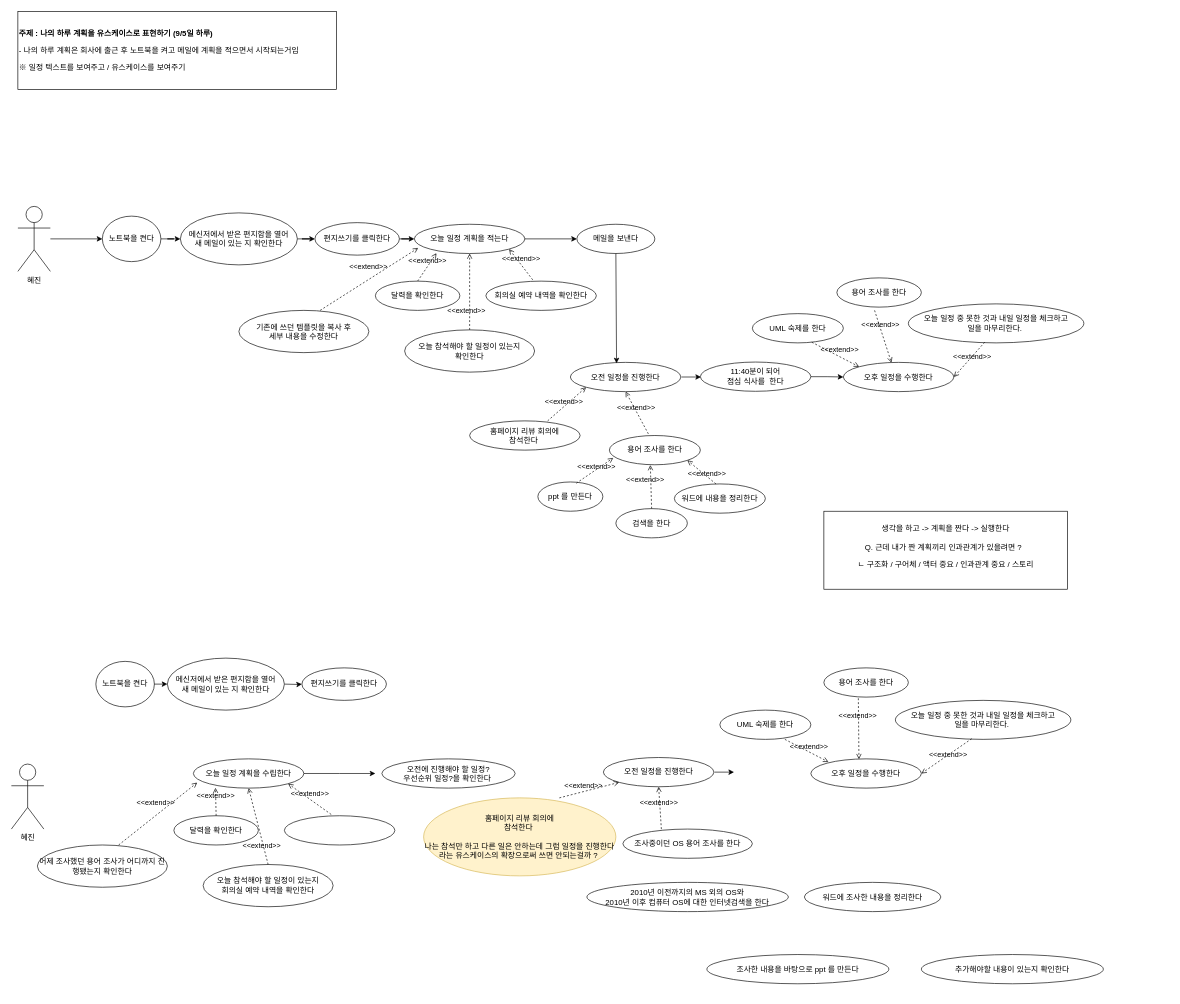
Before: usecase_diagram/dailyPlan(0901).drawio in Jin-bright/diagram_study, a draw.io diagram. Source tidied: cells renumbered, new cells numbered last; positions are measured from the earlier drawing's top-left corner, leaving out a move shared by most shapes. Both pictures are drawn from the tidied source at 65%, with x=0, y=0 at pixel (11, 11).
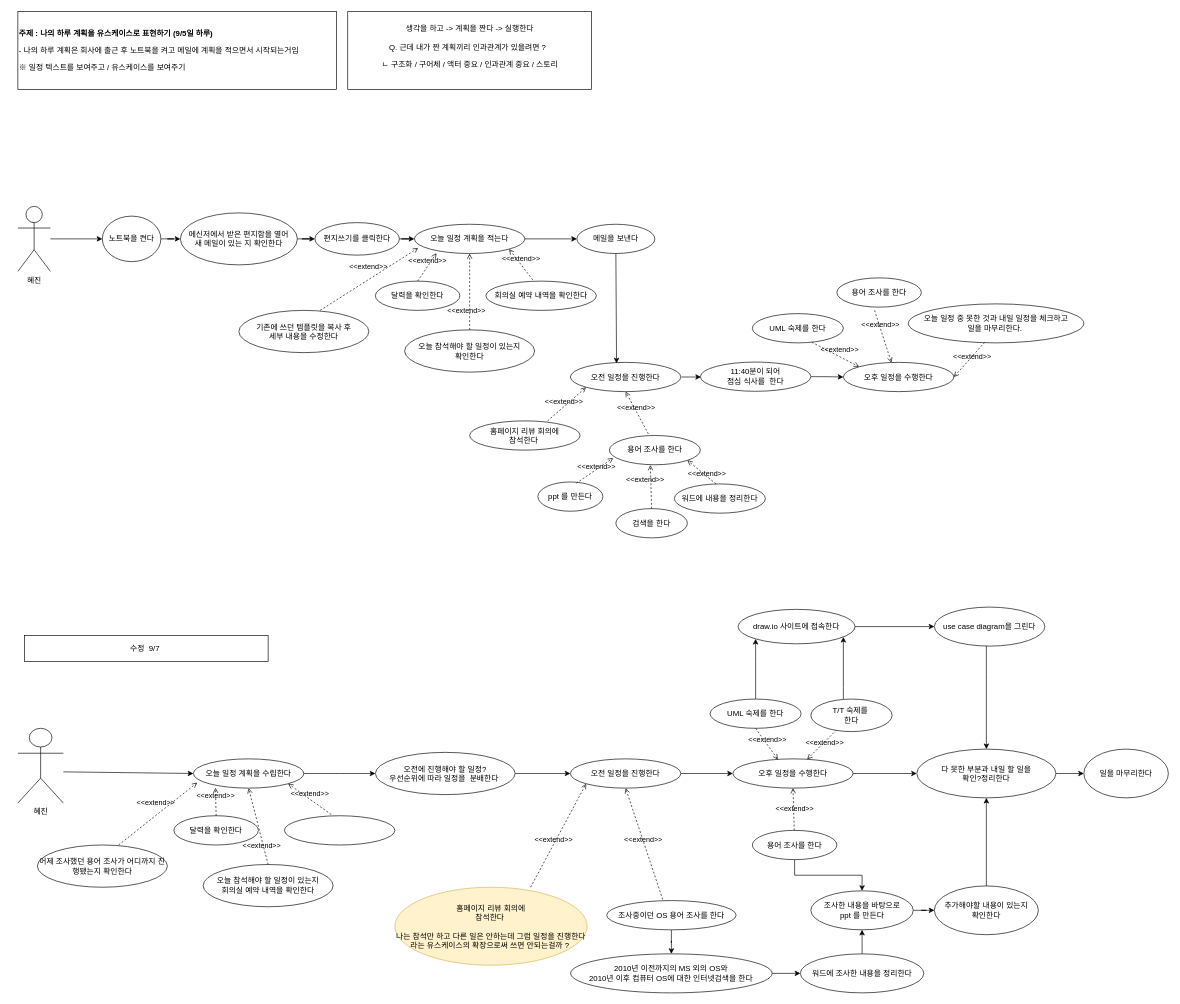
After the change.

Unchanged cells that the change refers to:
```xml
<mxCell id="63" value="오늘 일정 계획을 수립한다" style="ellipse;whiteSpace=wrap;html=1;" parent="1" vertex="1">
  <mxGeometry x="280" y="1150" width="170" height="45" as="geometry" />
</mxCell>
```

Diff of the diagram source:
```diff
@@
     <mxCell id="2" value="생각을 하고 -&amp;gt; 계획을 짠다 -&amp;gt; 실행한다&lt;br&gt;&lt;br&gt;Q. 근데 내가 짠 계획끼리 인과관계가 있을려면 ?&amp;nbsp;&amp;nbsp;&lt;br&gt;&lt;p style=&quot;border-color: var(--border-color); text-align: left;&quot;&gt;ㄴ 구조화 / 구어체 / 액터 중요 / 인과관계 중요 / 스토리&lt;/p&gt;" style="rounded=0;whiteSpace=wrap;html=1;" parent="1" vertex="1">
-      <mxGeometry x="1250" y="769" width="375" height="120" as="geometry" />
+      <mxGeometry x="517.5" width="375" height="120" as="geometry" />
     </mxCell>
@@
-    <mxCell id="45" style="edgeStyle=orthogonalEdgeStyle;rounded=0;orthogonalLoop=1;jettySize=auto;html=1;" parent="1" edge="1">
-      <mxGeometry relative="1" as="geometry">
-        <mxPoint x="1081.8" y="1170.4" as="sourcePoint" />
-        <mxPoint x="1111.8" y="1170.9" as="targetPoint" />
-      </mxGeometry>
-    </mxCell>
+    <mxCell id="79" style="edgeStyle=orthogonalEdgeStyle;rounded=0;jettySize=auto;html=1;" parent="1" edge="1" source="46" target="51">
+      <mxGeometry relative="1" as="geometry" />
+    </mxCell>
     <mxCell id="46" value="오전 일정을 진행한다" style="ellipse;whiteSpace=wrap;html=1;" parent="1" vertex="1">
-      <mxGeometry x="910.8" y="1147.9" width="170" height="45" as="geometry" />
+      <mxGeometry x="860" y="1150" width="170" height="45" as="geometry" />
     </mxCell>
+    <mxCell id="80" style="edgeStyle=orthogonalEdgeStyle;rounded=0;jettySize=auto;html=1;" parent="1" edge="1" source="47" target="55">
+      <mxGeometry relative="1" as="geometry" />
+    </mxCell>
     <mxCell id="47" value="용어 조사를 한다" style="ellipse;whiteSpace=wrap;html=1;" parent="1" vertex="1">
-      <mxGeometry x="1250" y="1010" width="130" height="45" as="geometry" />
+      <mxGeometry x="1140" y="1260" width="130" height="45" as="geometry" />
     </mxCell>
+    <mxCell id="81" style="edgeStyle=orthogonalEdgeStyle;rounded=0;jettySize=auto;html=1;" parent="1" edge="1" source="48" target="93">
+      <mxGeometry relative="1" as="geometry">
+        <Array as="points">
+          <mxPoint x="1145" y="1000" />
+          <mxPoint x="1145" y="1000" />
+        </Array>
+      </mxGeometry>
+    </mxCell>
     <mxCell id="48" value="UML 숙제를 한다" style="ellipse;whiteSpace=wrap;html=1;" parent="1" vertex="1">
-      <mxGeometry x="1090" y="1075" width="140" height="45" as="geometry" />
+      <mxGeometry x="1075" y="1058" width="140" height="45" as="geometry" />
     </mxCell>
     <mxCell id="49" value="홈페이지 리뷰 회의에 &lt;br&gt;참석한다&amp;nbsp;&lt;br&gt;&lt;br&gt;나는 참석만 하고 다른 일은 안하는데 그럼 일정을 진행한다라는 유스케이스의 확장으로써 쓰면 안되는걸까 ?&amp;nbsp;" style="ellipse;whiteSpace=wrap;html=1;fillColor=#fff2cc;strokeColor=#d6b656;" parent="1" vertex="1">
-      <mxGeometry x="634.2" y="1210" width="295.8" height="120" as="geometry" />
+      <mxGeometry x="590" y="1347.5" width="295.8" height="120" as="geometry" />
     </mxCell>
-    <mxCell id="50" value="오늘 일정 중 못한 것과 내일 일정을 체크하고&lt;br&gt;일을 마무리한다.&amp;nbsp;" style="ellipse;whiteSpace=wrap;html=1;" parent="1" vertex="1">
-      <mxGeometry x="1360" y="1060" width="270" height="60" as="geometry" />
-    </mxCell>
+    <mxCell id="82" style="edgeStyle=orthogonalEdgeStyle;rounded=0;jettySize=auto;html=1;" parent="1" edge="1" source="51" target="97">
+      <mxGeometry relative="1" as="geometry" />
+    </mxCell>
     <mxCell id="51" value="오후 일정을 수행한다" style="ellipse;whiteSpace=wrap;html=1;" parent="1" vertex="1">
-      <mxGeometry x="1230" y="1150" width="170" height="45" as="geometry" />
+      <mxGeometry x="1110" y="1150" width="185" height="45" as="geometry" />
     </mxCell>
+    <mxCell id="83" style="edgeStyle=orthogonalEdgeStyle;rounded=0;jettySize=auto;html=1;" parent="1" edge="1" source="52" target="53">
+      <mxGeometry relative="1" as="geometry" />
+    </mxCell>
     <mxCell id="52" value="조사중이던 OS 용어 조사를 한다" style="ellipse;whiteSpace=wrap;html=1;" parent="1" vertex="1">
-      <mxGeometry x="940.8" y="1258" width="199.2" height="45" as="geometry" />
+      <mxGeometry x="915.8" y="1368" width="199.2" height="45" as="geometry" />
     </mxCell>
+    <mxCell id="84" style="edgeStyle=orthogonalEdgeStyle;rounded=0;jettySize=auto;html=1;" parent="1" edge="1" source="53" target="54">
+      <mxGeometry relative="1" as="geometry" />
+    </mxCell>
     <mxCell id="53" value="2010년 이전까지의 MS 외의 OS와 &lt;br&gt;2010년 이후 컴퓨터 OS에 대한 인터넷검색을 한다" style="ellipse;whiteSpace=wrap;html=1;" parent="1" vertex="1">
-      <mxGeometry x="885.4" y="1340" width="310" height="45" as="geometry" />
+      <mxGeometry x="860.4" y="1450" width="310" height="60" as="geometry" />
     </mxCell>
+    <mxCell id="85" style="edgeStyle=orthogonalEdgeStyle;rounded=0;jettySize=auto;html=1;" parent="1" edge="1" source="54" target="55">
+      <mxGeometry relative="1" as="geometry" />
+    </mxCell>
     <mxCell id="54" value="워드에 조사한 내용을 정리한다" style="ellipse;whiteSpace=wrap;html=1;" parent="1" vertex="1">
-      <mxGeometry x="1220" y="1340" width="210" height="45" as="geometry" />
+      <mxGeometry x="1213.8" y="1450" width="190" height="60" as="geometry" />
     </mxCell>
+    <mxCell id="86" style="edgeStyle=orthogonalEdgeStyle;rounded=0;jettySize=auto;html=1;" parent="1" edge="1" source="55" target="78">
+      <mxGeometry relative="1" as="geometry" />
+    </mxCell>
-    <mxCell id="55" value="조사한 내용을 바탕으로 ppt 를 만든다" style="ellipse;whiteSpace=wrap;html=1;" parent="1" vertex="1">
-      <mxGeometry x="1070" y="1451" width="280" height="45" as="geometry" />
+    <mxCell id="55" value="조사한 내용을 바탕으로 &lt;br&gt;ppt 를 만든다" style="ellipse;whiteSpace=wrap;html=1;" parent="1" vertex="1">
+      <mxGeometry x="1230" y="1353" width="157.5" height="60" as="geometry" />
     </mxCell>
@@
-    <mxCell id="57" value="편지쓰기를 클릭한다" style="ellipse;whiteSpace=wrap;html=1;" parent="1" vertex="1">
-      <mxGeometry x="447" y="1010" width="130" height="50" as="geometry" />
-    </mxCell>
@@
-    <mxCell id="59" style="edgeStyle=orthogonalEdgeStyle;rounded=0;orthogonalLoop=1;jettySize=auto;html=1;" parent="1" edge="1">
-      <mxGeometry relative="1" as="geometry">
-        <mxPoint x="210" y="1035" as="sourcePoint" />
-        <mxPoint x="240" y="1035" as="targetPoint" />
-      </mxGeometry>
-    </mxCell>
-    <mxCell id="60" value="노트북을 켠다" style="ellipse;whiteSpace=wrap;html=1;" parent="1" vertex="1">
-      <mxGeometry x="130" y="1000" width="90" height="70" as="geometry" />
-    </mxCell>
-    <mxCell id="61" style="edgeStyle=orthogonalEdgeStyle;rounded=0;jettySize=auto;html=1;" parent="1" edge="1" target="57">
-      <mxGeometry relative="1" as="geometry">
-        <mxPoint x="420" y="1035" as="sourcePoint" />
-      </mxGeometry>
-    </mxCell>
-    <mxCell id="62" value="메신저에서&amp;nbsp;받은 편지함을 열어&lt;br&gt;새 메일이 있는 지 확인한다" style="ellipse;whiteSpace=wrap;html=1;" parent="1" vertex="1">
-      <mxGeometry x="240" y="995" width="180" height="80" as="geometry" />
-    </mxCell>
@@
     <mxCell id="72" value="혜진" style="shape=umlActor;verticalLabelPosition=bottom;verticalAlign=top;html=1;" parent="1" vertex="1">
-      <mxGeometry y="1158" width="50" height="100" as="geometry" />
+      <mxGeometry x="10" y="1103" width="70" height="115" as="geometry" />
     </mxCell>
-    <mxCell id="73" value="&amp;lt;&amp;lt;extend&amp;gt;&amp;gt;" style="html=1;verticalAlign=bottom;labelBackgroundColor=none;endArrow=open;endFill=0;dashed=1;rounded=0;entryX=0.5;entryY=1;entryDx=0;entryDy=0;" parent="1" edge="1" target="46">
-      <mxGeometry x="-0.02" y="2" relative="1" as="geometry">
-        <mxPoint x="1000" y="1258" as="sourcePoint" />
-      </mxGeometry>
+    <mxCell id="73" value="&amp;lt;&amp;lt;extend&amp;gt;&amp;gt;" style="html=1;verticalAlign=bottom;labelBackgroundColor=none;endArrow=open;endFill=0;dashed=1;rounded=0;entryX=0.5;entryY=1;entryDx=0;entryDy=0;exitX=0.433;exitY=-0.038;exitDx=0;exitDy=0;exitPerimeter=0;" parent="1" edge="1" source="52" target="46">
+      <mxGeometry x="-0.02" y="2" relative="1" as="geometry" />
     </mxCell>
-    <mxCell id="74" value="&amp;lt;&amp;lt;extend&amp;gt;&amp;gt;" style="html=1;verticalAlign=bottom;labelBackgroundColor=none;endArrow=open;endFill=0;dashed=1;rounded=0;entryX=0;entryY=0;entryDx=0;entryDy=0;" parent="1" edge="1">
-      <mxGeometry x="0.11" y="-1" relative="1" as="geometry">
-        <mxPoint x="1190" y="1120" as="sourcePoint" />
-        <mxPoint x="1257" y="1154.7" as="targetPoint" />
-      </mxGeometry>
+    <mxCell id="74" value="&amp;lt;&amp;lt;extend&amp;gt;&amp;gt;" style="html=1;verticalAlign=bottom;labelBackgroundColor=none;endArrow=open;endFill=0;dashed=1;rounded=0;entryX=0.375;entryY=0.023;entryDx=0;entryDy=0;exitX=0.5;exitY=1;exitDx=0;exitDy=0;entryPerimeter=0;" parent="1" edge="1" source="48" target="51">
+      <mxGeometry x="0.11" y="-1" relative="1" as="geometry" />
     </mxCell>
-    <mxCell id="75" value="&amp;lt;&amp;lt;extend&amp;gt;&amp;gt;" style="html=1;verticalAlign=bottom;labelBackgroundColor=none;endArrow=open;endFill=0;dashed=1;rounded=0;exitX=0.408;exitY=1.039;exitDx=0;exitDy=0;exitPerimeter=0;entryX=0.435;entryY=0.011;entryDx=0;entryDy=0;entryPerimeter=0;" parent="1" edge="1" source="47" target="51">
+    <mxCell id="75" value="&amp;lt;&amp;lt;extend&amp;gt;&amp;gt;" style="html=1;verticalAlign=bottom;labelBackgroundColor=none;endArrow=open;endFill=0;dashed=1;rounded=0;entryX=0.5;entryY=1;entryDx=0;entryDy=0;" parent="1" edge="1" source="47" target="51">
       <mxGeometry x="-0.25" y="-1" relative="1" as="geometry" />
     </mxCell>
-    <mxCell id="76" value="&amp;lt;&amp;lt;extend&amp;gt;&amp;gt;" style="html=1;verticalAlign=bottom;labelBackgroundColor=none;endArrow=open;endFill=0;dashed=1;rounded=0;exitX=0.435;exitY=0.983;exitDx=0;exitDy=0;exitPerimeter=0;entryX=1;entryY=0.5;entryDx=0;entryDy=0;" parent="1" edge="1" source="50" target="51">
+    <mxCell id="76" value="&amp;lt;&amp;lt;extend&amp;gt;&amp;gt;" style="html=1;verticalAlign=bottom;labelBackgroundColor=none;endArrow=open;endFill=0;dashed=1;rounded=0;exitX=0.317;exitY=0.946;exitDx=0;exitDy=0;exitPerimeter=0;" parent="1" edge="1" source="90" target="51">
       <mxGeometry x="0.04" y="7" relative="1" as="geometry" />
     </mxCell>
+    <mxCell id="87" style="edgeStyle=orthogonalEdgeStyle;rounded=0;jettySize=auto;html=1;" parent="1" edge="1" source="77" target="46">
+      <mxGeometry relative="1" as="geometry" />
+    </mxCell>
-    <mxCell id="77" value="오전에 진행해야 할 일정?&lt;br&gt;우선순위 일정?을 확인한다&amp;nbsp;" style="ellipse;whiteSpace=wrap;html=1;" parent="1" vertex="1">
-      <mxGeometry x="570" y="1150" width="205" height="45" as="geometry" />
+    <mxCell id="77" value="오전에 진행해야 할 일정?&lt;br&gt;우선순위에 따라 일정을&amp;nbsp; 분배한다&amp;nbsp;" style="ellipse;whiteSpace=wrap;html=1;" parent="1" vertex="1">
+      <mxGeometry x="560" y="1140" width="215" height="65" as="geometry" />
     </mxCell>
+    <mxCell id="88" style="edgeStyle=orthogonalEdgeStyle;rounded=0;jettySize=auto;html=1;" parent="1" edge="1" source="78" target="97">
+      <mxGeometry relative="1" as="geometry" />
+    </mxCell>
-    <mxCell id="78" value="추가해야할 내용이 있는지 확인한다" style="ellipse;whiteSpace=wrap;html=1;" parent="1" vertex="1">
-      <mxGeometry x="1400" y="1451" width="280" height="45" as="geometry" />
+    <mxCell id="78" value="추가해야할 내용이 있는지 &lt;br&gt;확인한다" style="ellipse;whiteSpace=wrap;html=1;" parent="1" vertex="1">
+      <mxGeometry x="1420" y="1345.5" width="160" height="75" as="geometry" />
     </mxCell>
+    <mxCell id="89" style="edgeStyle=orthogonalEdgeStyle;rounded=0;jettySize=auto;html=1;" parent="1" edge="1" source="90" target="93">
+      <mxGeometry relative="1" as="geometry">
+        <Array as="points">
+          <mxPoint x="1280" y="1040" />
+          <mxPoint x="1280" y="1040" />
+        </Array>
+      </mxGeometry>
+    </mxCell>
+    <mxCell id="90" value="T/T 숙제를&amp;nbsp;&lt;br&gt;한다" style="ellipse;whiteSpace=wrap;html=1;" parent="1" vertex="1">
+      <mxGeometry x="1230" y="1058" width="125" height="50" as="geometry" />
+    </mxCell>
+    <mxCell id="91" value="일을 마무리한다" style="ellipse;whiteSpace=wrap;html=1;" parent="1" vertex="1">
+      <mxGeometry x="1650" y="1135" width="130" height="75" as="geometry" />
+    </mxCell>
+    <mxCell id="92" style="edgeStyle=orthogonalEdgeStyle;rounded=0;jettySize=auto;html=1;" parent="1" edge="1" source="93" target="95">
+      <mxGeometry relative="1" as="geometry" />
+    </mxCell>
+    <mxCell id="93" value="draw.io 사이트에 접속한다" style="ellipse;whiteSpace=wrap;html=1;" parent="1" vertex="1">
+      <mxGeometry x="1118" y="920" width="180" height="53" as="geometry" />
+    </mxCell>
+    <mxCell id="94" style="edgeStyle=orthogonalEdgeStyle;rounded=0;jettySize=auto;html=1;" parent="1" edge="1" source="95" target="97">
+      <mxGeometry relative="1" as="geometry">
+        <Array as="points">
+          <mxPoint x="1500" y="1020" />
+          <mxPoint x="1500" y="1020" />
+        </Array>
+      </mxGeometry>
+    </mxCell>
+    <mxCell id="95" value="use case diagram을 그린다" style="ellipse;whiteSpace=wrap;html=1;" parent="1" vertex="1">
+      <mxGeometry x="1420" y="916.5" width="170" height="60" as="geometry" />
+    </mxCell>
+    <mxCell id="96" style="edgeStyle=orthogonalEdgeStyle;rounded=0;jettySize=auto;html=1;" parent="1" edge="1" source="97" target="91">
+      <mxGeometry relative="1" as="geometry" />
+    </mxCell>
+    <mxCell id="97" value="다 못한 부분과 내일 할 일을 &lt;br&gt;확인?정리한다" style="ellipse;whiteSpace=wrap;html=1;" parent="1" vertex="1">
+      <mxGeometry x="1393" y="1135" width="214" height="75" as="geometry" />
+    </mxCell>
+    <mxCell id="98" style="endArrow=classic;html=1;rounded=0;entryX=0;entryY=0.5;entryDx=0;entryDy=0;" parent="1" edge="1" target="63">
+      <mxGeometry relative="1" as="geometry">
+        <mxPoint x="80" y="1170" as="sourcePoint" />
+      </mxGeometry>
+    </mxCell>
+    <mxCell id="99" value="수정&amp;nbsp; 9/7&amp;nbsp;" style="rounded=0;whiteSpace=wrap;html=1;" parent="1" vertex="1">
+      <mxGeometry x="20" y="960" width="375" height="40" as="geometry" />
+    </mxCell>
```
